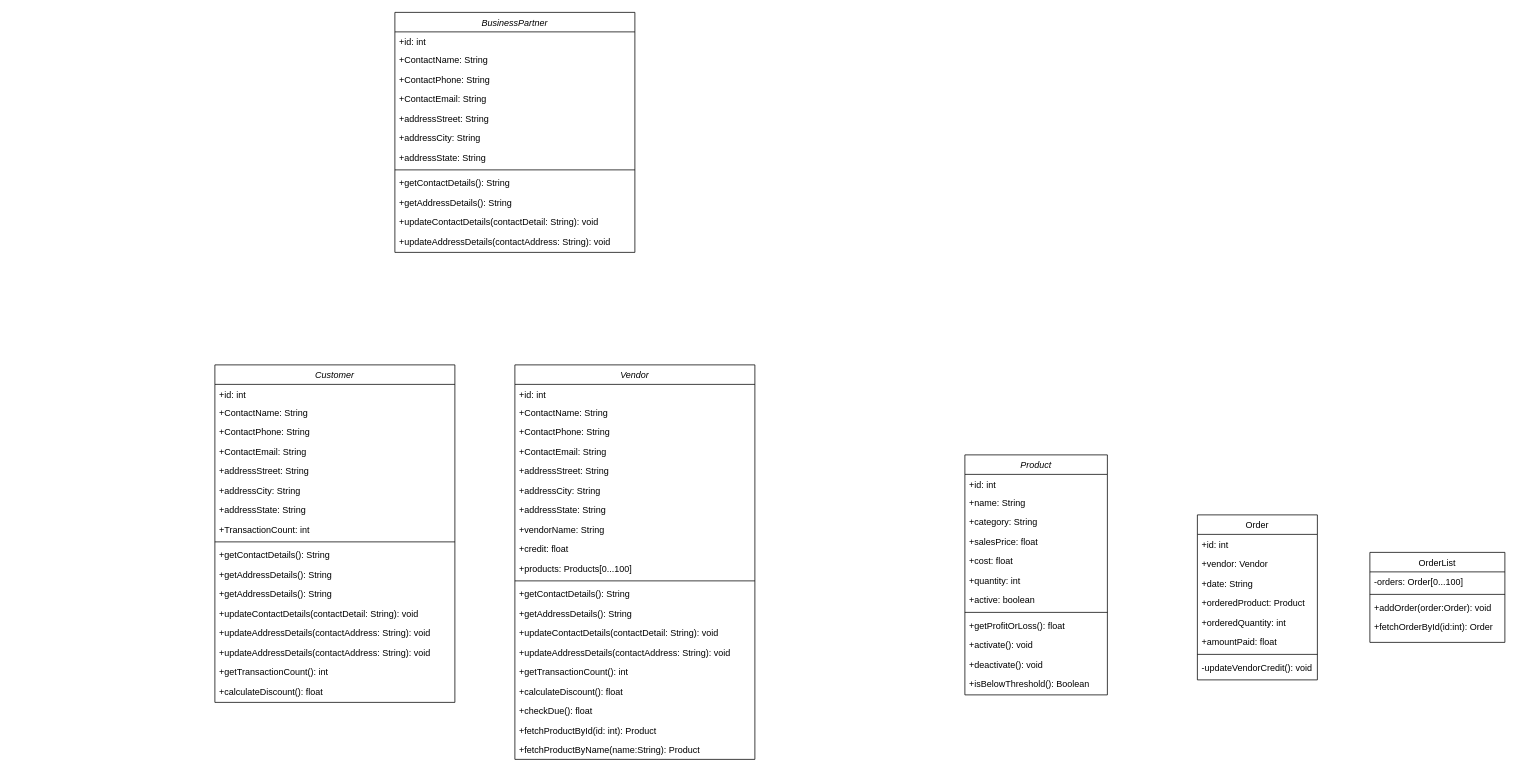
Before: Untitled Diagram.drawio in SanjayZeO/IMS, a draw.io diagram. Source tidied: cells renumbered, new cells numbered last; positions are measured from the earlier drawing's top-left corner, leaving out a move shared by most shapes. Both pictures are drawn from the tidied source at 75%, with x=0, y=0 at pixel (214, 12).
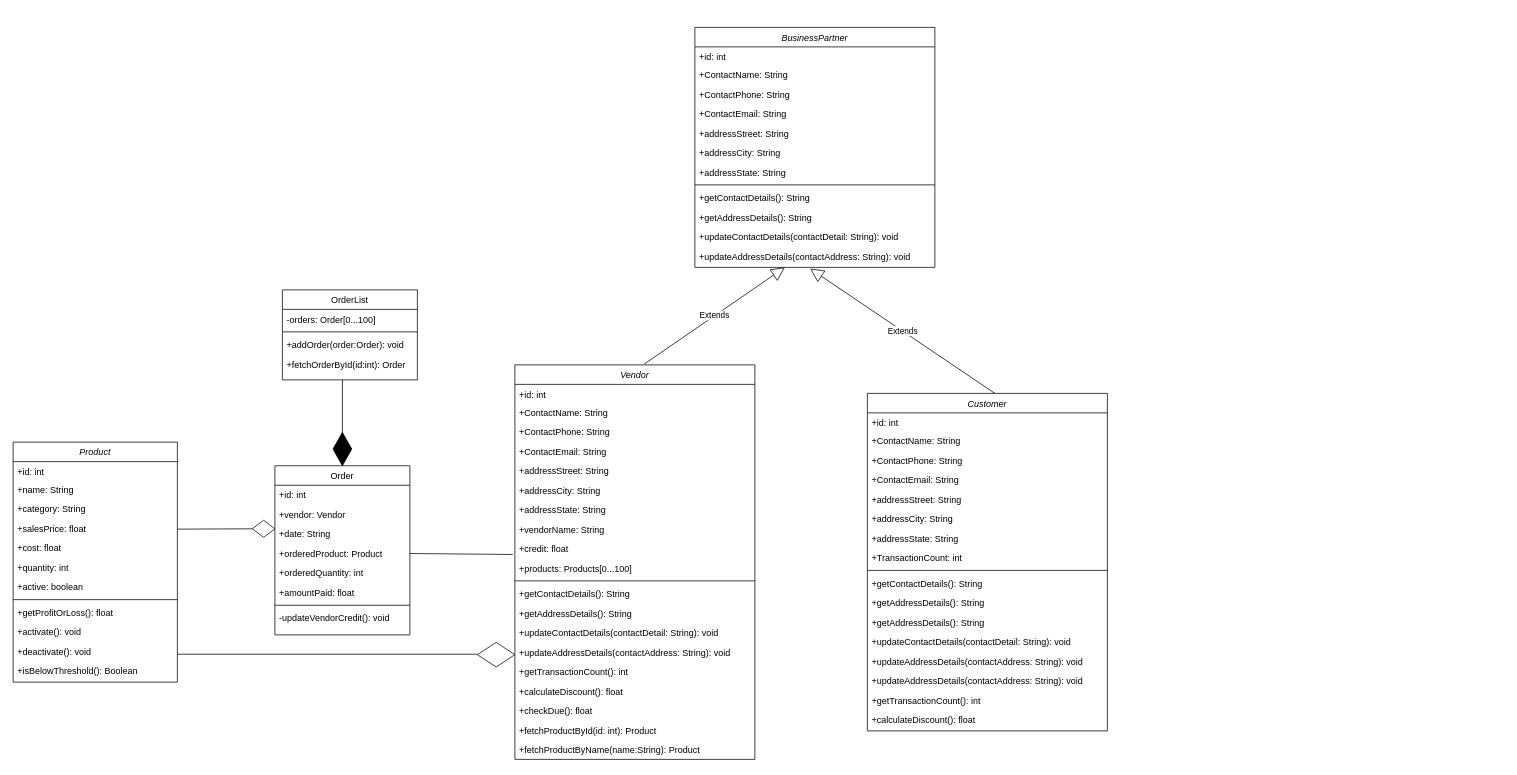
Above is the later version.

Unchanged cells that the change refers to:
```xml
<mxCell id="29" value="Vendor" style="swimlane;fontStyle=2;align=center;verticalAlign=top;horizontal=1;startSize=26;rounded=0;shadow=0;strokeWidth=1;" parent="1" vertex="1">
  <mxGeometry x="400" y="470" width="320" height="526" as="geometry" />
</mxCell>
<mxCell id="38" value="+credit: float" style="text;align=left;verticalAlign=top;spacingLeft=4;spacingRight=4;overflow=hidden;points=[[0,0.5],[1,0.5]];portConstraint=eastwest;" parent="29" vertex="1">
  <mxGeometry y="232" width="320" height="26" as="geometry" />
</mxCell>
<mxCell id="80" value="+updateAddressDetails(contactAddress: String): void" style="text;align=left;verticalAlign=top;spacingLeft=4;spacingRight=4;overflow=hidden;points=[[0,0.5],[1,0.5]];portConstraint=eastwest;" parent="68" vertex="1">
  <mxGeometry y="292" width="320" height="26" as="geometry" />
</mxCell>
```

The edit, as a diff of the source:
```diff
@@
     <mxCell id="2" value="Customer" style="swimlane;fontStyle=2;align=center;verticalAlign=top;horizontal=1;startSize=26;rounded=0;shadow=0;strokeWidth=1;" parent="1" vertex="1">
-      <mxGeometry y="470" width="320" height="450" as="geometry" />
+      <mxGeometry x="870" y="508" width="320" height="450" as="geometry" />
     </mxCell>
@@
     <mxCell id="20" value="Order" style="swimlane;fontStyle=0;align=center;verticalAlign=top;horizontal=1;startSize=26;rounded=0;shadow=0;strokeWidth=1;" parent="1" vertex="1">
-      <mxGeometry x="1310" y="670" width="160" height="220" as="geometry" />
+      <mxGeometry x="80" y="604.5" width="180" height="225.5" as="geometry" />
     </mxCell>
     <mxCell id="21" value="+id: int" style="text;align=left;verticalAlign=top;spacingLeft=4;spacingRight=4;overflow=hidden;" parent="20" vertex="1">
-      <mxGeometry y="26" width="160" height="26" as="geometry" />
+      <mxGeometry y="26" width="180" height="26" as="geometry" />
     </mxCell>
     <mxCell id="22" value="+vendor: Vendor" style="text;align=left;verticalAlign=top;spacingLeft=4;spacingRight=4;overflow=hidden;rounded=0;shadow=0;html=0;" parent="20" vertex="1">
-      <mxGeometry y="52" width="160" height="26" as="geometry" />
+      <mxGeometry y="52" width="180" height="26" as="geometry" />
     </mxCell>
     <mxCell id="23" value="+date: String" style="text;align=left;verticalAlign=top;spacingLeft=4;spacingRight=4;overflow=hidden;rounded=0;shadow=0;html=0;" parent="20" vertex="1">
-      <mxGeometry y="78" width="160" height="26" as="geometry" />
+      <mxGeometry y="78" width="180" height="26" as="geometry" />
     </mxCell>
     <mxCell id="24" value="+orderedProduct: Product" style="text;align=left;verticalAlign=top;spacingLeft=4;spacingRight=4;overflow=hidden;points=[[0,0.5],[1,0.5]];portConstraint=eastwest;rounded=0;shadow=0;html=0;" parent="20" vertex="1">
-      <mxGeometry y="104" width="160" height="26" as="geometry" />
+      <mxGeometry y="104" width="180" height="26" as="geometry" />
     </mxCell>
     <mxCell id="25" value="+orderedQuantity: int" style="text;align=left;verticalAlign=top;spacingLeft=4;spacingRight=4;overflow=hidden;rounded=0;shadow=0;html=0;" parent="20" vertex="1">
-      <mxGeometry y="130" width="160" height="26" as="geometry" />
+      <mxGeometry y="130" width="180" height="26" as="geometry" />
     </mxCell>
     <mxCell id="26" value="+amountPaid: float" style="text;align=left;verticalAlign=top;spacingLeft=4;spacingRight=4;overflow=hidden;rounded=0;shadow=0;html=0;" parent="20" vertex="1">
-      <mxGeometry y="156" width="160" height="26" as="geometry" />
+      <mxGeometry y="156" width="180" height="26" as="geometry" />
     </mxCell>
     <mxCell id="27" style="line;html=1;strokeWidth=1;align=left;verticalAlign=middle;spacingTop=-1;spacingLeft=3;spacingRight=3;labelPosition=right;" parent="20" vertex="1">
-      <mxGeometry y="182" width="160" height="8" as="geometry" />
+      <mxGeometry y="182" width="180" height="8" as="geometry" />
     </mxCell>
     <mxCell id="28" value="-updateVendorCredit(): void" style="text;align=left;verticalAlign=top;spacingLeft=4;spacingRight=4;overflow=hidden;" parent="20" vertex="1">
-      <mxGeometry y="190" width="160" height="26" as="geometry" />
+      <mxGeometry y="190" width="180" height="26" as="geometry" />
     </mxCell>
@@
     <mxCell id="50" value="OrderList" style="swimlane;fontStyle=0;align=center;verticalAlign=top;horizontal=1;startSize=26;rounded=0;shadow=0;strokeWidth=1;" parent="1" vertex="1">
-      <mxGeometry x="1540" y="720" width="180" height="120" as="geometry" />
+      <mxGeometry x="90" y="370" width="180" height="120" as="geometry" />
     </mxCell>
@@
     <mxCell id="55" value="Product" style="swimlane;fontStyle=2;align=center;verticalAlign=top;horizontal=1;startSize=26;rounded=0;shadow=0;strokeWidth=1;" parent="1" vertex="1">
-      <mxGeometry x="1000" y="590" width="190" height="320" as="geometry" />
+      <mxGeometry x="-269" y="573" width="219" height="320" as="geometry" />
     </mxCell>
     <mxCell id="56" value="+id: int" style="text;align=left;verticalAlign=top;spacingLeft=4;spacingRight=4;overflow=hidden;" parent="55" vertex="1">
-      <mxGeometry y="26" width="190" height="24" as="geometry" />
+      <mxGeometry y="26" width="219" height="24" as="geometry" />
     </mxCell>
     <mxCell id="57" value="+name: String" style="text;align=left;verticalAlign=top;spacingLeft=4;spacingRight=4;overflow=hidden;rounded=0;shadow=0;html=0;" parent="55" vertex="1">
-      <mxGeometry y="50" width="190" height="26" as="geometry" />
+      <mxGeometry y="50" width="219" height="26" as="geometry" />
     </mxCell>
     <mxCell id="58" value="+category: String" style="text;align=left;verticalAlign=top;spacingLeft=4;spacingRight=4;overflow=hidden;rounded=0;shadow=0;html=0;" parent="55" vertex="1">
-      <mxGeometry y="76" width="190" height="26" as="geometry" />
+      <mxGeometry y="76" width="219" height="26" as="geometry" />
     </mxCell>
     <mxCell id="59" value="+salesPrice: float" style="text;align=left;verticalAlign=top;spacingLeft=4;spacingRight=4;overflow=hidden;" parent="55" vertex="1">
-      <mxGeometry y="102" width="190" height="26" as="geometry" />
+      <mxGeometry y="102" width="219" height="26" as="geometry" />
     </mxCell>
     <mxCell id="60" value="+cost: float" style="text;align=left;verticalAlign=top;spacingLeft=4;spacingRight=4;overflow=hidden;" parent="55" vertex="1">
-      <mxGeometry y="128" width="190" height="26" as="geometry" />
+      <mxGeometry y="128" width="219" height="26" as="geometry" />
     </mxCell>
     <mxCell id="61" value="+quantity: int" style="text;align=left;verticalAlign=top;spacingLeft=4;spacingRight=4;overflow=hidden;" parent="55" vertex="1">
-      <mxGeometry y="154" width="190" height="26" as="geometry" />
+      <mxGeometry y="154" width="219" height="26" as="geometry" />
     </mxCell>
     <mxCell id="62" value="+active: boolean" style="text;align=left;verticalAlign=top;spacingLeft=4;spacingRight=4;overflow=hidden;" parent="55" vertex="1">
-      <mxGeometry y="180" width="190" height="26" as="geometry" />
+      <mxGeometry y="180" width="219" height="26" as="geometry" />
     </mxCell>
     <mxCell id="63" style="line;html=1;strokeWidth=1;align=left;verticalAlign=middle;spacingTop=-1;spacingLeft=3;spacingRight=3;labelPosition=right;" parent="55" vertex="1">
-      <mxGeometry y="206" width="190" height="8" as="geometry" />
+      <mxGeometry y="206" width="219" height="8" as="geometry" />
     </mxCell>
     <mxCell id="64" value="+getProfitOrLoss(): float" style="text;align=left;verticalAlign=top;spacingLeft=4;spacingRight=4;overflow=hidden;" parent="55" vertex="1">
-      <mxGeometry y="214" width="190" height="26" as="geometry" />
+      <mxGeometry y="214" width="219" height="26" as="geometry" />
     </mxCell>
     <mxCell id="65" value="+activate(): void" style="text;align=left;verticalAlign=top;spacingLeft=4;spacingRight=4;overflow=hidden;" parent="55" vertex="1">
-      <mxGeometry y="240" width="190" height="26" as="geometry" />
+      <mxGeometry y="240" width="219" height="26" as="geometry" />
     </mxCell>
     <mxCell id="66" value="+deactivate(): void" style="text;align=left;verticalAlign=top;spacingLeft=4;spacingRight=4;overflow=hidden;" parent="55" vertex="1">
-      <mxGeometry y="266" width="190" height="26" as="geometry" />
+      <mxGeometry y="266" width="219" height="26" as="geometry" />
     </mxCell>
     <mxCell id="67" value="+isBelowThreshold(): Boolean" style="text;align=left;verticalAlign=top;spacingLeft=4;spacingRight=4;overflow=hidden;" parent="55" vertex="1">
-      <mxGeometry y="292" width="190" height="26" as="geometry" />
+      <mxGeometry y="292" width="219" height="26" as="geometry" />
     </mxCell>
     <mxCell id="68" value="BusinessPartner" style="swimlane;fontStyle=2;align=center;verticalAlign=top;horizontal=1;startSize=26;rounded=0;shadow=0;strokeWidth=1;" parent="1" vertex="1">
-      <mxGeometry x="240" width="320" height="320" as="geometry" />
+      <mxGeometry x="640" y="20" width="320" height="320" as="geometry" />
     </mxCell>
@@
+    <mxCell id="81" style="rhombus;whiteSpace=wrap;html=1;" parent="1" vertex="1">
+      <mxGeometry x="50" y="677.2" width="30" height="22.8" as="geometry" />
+    </mxCell>
+    <mxCell id="82" style="endArrow=none;html=1;entryX=0;entryY=0.5;entryDx=0;entryDy=0;" parent="1" edge="1" target="81">
+      <mxGeometry relative="1" as="geometry">
+        <mxPoint x="-50" y="689" as="sourcePoint" />
+      </mxGeometry>
+    </mxCell>
+    <mxCell id="83" style="endArrow=none;html=1;" parent="1" edge="1">
+      <mxGeometry relative="1" as="geometry">
+        <mxPoint x="-50" y="855.8" as="sourcePoint" />
+        <mxPoint x="350" y="855.8" as="targetPoint" />
+      </mxGeometry>
+    </mxCell>
+    <mxCell id="84" style="rhombus;whiteSpace=wrap;html=1;" parent="1" vertex="1">
+      <mxGeometry x="350" y="840" width="50" height="32.8" as="geometry" />
+    </mxCell>
+    <mxCell id="85" style="endArrow=none;html=1;exitX=1;exitY=0.5;exitDx=0;exitDy=0;entryX=-0.009;entryY=0.801;entryDx=0;entryDy=0;entryPerimeter=0;" parent="1" edge="1" source="24" target="38">
+      <mxGeometry relative="1" as="geometry" />
+    </mxCell>
+    <mxCell id="86" value="Extends" style="endArrow=block;endSize=16;endFill=0;html=1;exitX=0.539;exitY=-0.002;exitDx=0;exitDy=0;exitPerimeter=0;" parent="1" edge="1" source="29">
+      <mxGeometry relative="1" as="geometry">
+        <mxPoint x="760" y="340" as="targetPoint" />
+      </mxGeometry>
+    </mxCell>
+    <mxCell id="87" value="Extends" style="endArrow=block;endSize=16;endFill=0;html=1;entryX=0.48;entryY=1.14;entryDx=0;entryDy=0;entryPerimeter=0;" parent="1" edge="1" target="80">
+      <mxGeometry relative="1" as="geometry">
+        <mxPoint x="1040" y="508" as="sourcePoint" />
+      </mxGeometry>
+    </mxCell>
+    <mxCell id="88" style="endArrow=none;html=1;" parent="1" edge="1">
+      <mxGeometry relative="1" as="geometry">
+        <mxPoint x="170" y="490" as="sourcePoint" />
+        <mxPoint x="170" y="570" as="targetPoint" />
+      </mxGeometry>
+    </mxCell>
+    <mxCell id="89" style="rhombus;whiteSpace=wrap;html=1;fillColor=#000000;" parent="1" vertex="1">
+      <mxGeometry x="157.5" y="560" width="25" height="44.5" as="geometry" />
+    </mxCell>
```
